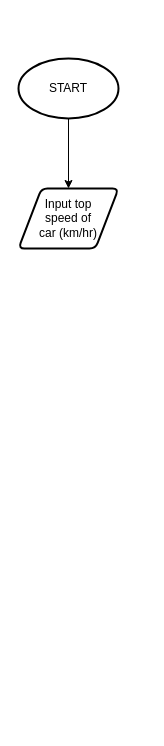
The draw.io diagram CompSci-main/1. Computational Thinking/FlowCharts/CarSpeeds.drawio in Hotdog-111/CompSci, before the edit. Source tidied: cells renumbered, new cells numbered last; positions are measured from the earlier drawing's top-left corner, leaving out a move shared by most shapes. Both pictures are drawn from the tidied source at 100%, with x=0, y=0 at pixel (18, 58).
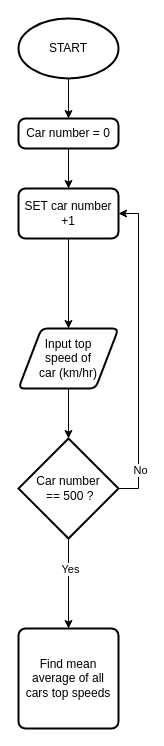
Above is the later version.

The edit, as a diff of the source:
```diff
@@
 <mxGraphModel>
   <root>
     <mxCell id="0" />
     <mxCell id="1" parent="0" />
-    <mxCell id="2" style="edgeStyle=orthogonalEdgeStyle;rounded=0;jettySize=auto;html=1;entryX=0.5;entryY=0;entryDx=0;entryDy=0;" parent="1" edge="1" source="3" target="4">
-      <mxGeometry relative="1" as="geometry" />
+    <mxCell id="2" style="edgeStyle=orthogonalEdgeStyle;rounded=0;jettySize=auto;html=1;" parent="1" edge="1" source="3">
+      <mxGeometry relative="1" as="geometry">
+        <mxPoint x="50" y="60" as="targetPoint" />
+        <Array as="points">
+          <mxPoint x="50" y="50" />
+          <mxPoint x="50" y="50" />
+        </Array>
+      </mxGeometry>
     </mxCell>
     <mxCell id="3" value="START" style="strokeWidth=2;html=1;shape=mxgraph.flowchart.start_1;whiteSpace=wrap;" parent="1" vertex="1">
-      <mxGeometry width="100" height="60" as="geometry" />
+      <mxGeometry y="-40" width="100" height="60" as="geometry" />
     </mxCell>
+    <mxCell id="5" style="edgeStyle=orthogonalEdgeStyle;rounded=0;jettySize=auto;html=1;entryX=0.5;entryY=0;entryDx=0;entryDy=0;entryPerimeter=0;" parent="1" edge="1" source="4" target="10">
+      <mxGeometry relative="1" as="geometry" />
+    </mxCell>
     <mxCell id="4" value="Input top&lt;br&gt;speed of&lt;br&gt;car (km/hr)" style="shape=parallelogram;html=1;strokeWidth=2;perimeter=parallelogramPerimeter;whiteSpace=wrap;rounded=1;arcSize=12;size=0.23;" parent="1" vertex="1">
-      <mxGeometry y="130" width="100" height="60" as="geometry" />
+      <mxGeometry y="270" width="100" height="60" as="geometry" />
     </mxCell>
+    <mxCell id="6" style="edgeStyle=orthogonalEdgeStyle;rounded=0;jettySize=auto;html=1;entryX=1;entryY=0.5;entryDx=0;entryDy=0;" parent="1" edge="1" source="10" target="13">
+      <mxGeometry relative="1" as="geometry">
+        <Array as="points">
+          <mxPoint x="120" y="430" />
+          <mxPoint x="120" y="155" />
+        </Array>
+      </mxGeometry>
+    </mxCell>
+    <mxCell id="7" value="No" style="edgeLabel;html=1;align=center;verticalAlign=middle;" parent="6" vertex="1">
+      <mxGeometry x="-0.75" y="-1" relative="1" as="geometry" />
+    </mxCell>
+    <mxCell id="8" style="edgeStyle=orthogonalEdgeStyle;rounded=0;jettySize=auto;html=1;entryX=0.5;entryY=0;entryDx=0;entryDy=0;" parent="1" edge="1" source="10" target="11">
+      <mxGeometry relative="1" as="geometry" />
+    </mxCell>
+    <mxCell id="9" value="Yes" style="edgeLabel;html=1;align=center;verticalAlign=middle;" parent="8" vertex="1">
+      <mxGeometry x="-0.34" y="1" relative="1" as="geometry" />
+    </mxCell>
+    <mxCell id="10" value="Car number&lt;br&gt;&amp;nbsp;== 500 ?" style="strokeWidth=2;html=1;shape=mxgraph.flowchart.decision;whiteSpace=wrap;" parent="1" vertex="1">
+      <mxGeometry y="380" width="100" height="100" as="geometry" />
+    </mxCell>
+    <mxCell id="11" value="Find mean average of all cars top speeds" style="rounded=1;whiteSpace=wrap;html=1;absoluteArcSize=1;arcSize=14;strokeWidth=2;" parent="1" vertex="1">
+      <mxGeometry y="570" width="100" height="100" as="geometry" />
+    </mxCell>
+    <mxCell id="12" style="edgeStyle=orthogonalEdgeStyle;rounded=0;jettySize=auto;html=1;entryX=0.5;entryY=0;entryDx=0;entryDy=0;" parent="1" edge="1" source="13" target="4">
+      <mxGeometry relative="1" as="geometry" />
+    </mxCell>
+    <mxCell id="13" value="SET car number +1" style="rounded=1;whiteSpace=wrap;html=1;absoluteArcSize=1;arcSize=14;strokeWidth=2;" parent="1" vertex="1">
+      <mxGeometry y="130" width="100" height="50" as="geometry" />
+    </mxCell>
+    <mxCell id="14" style="edgeStyle=orthogonalEdgeStyle;rounded=0;jettySize=auto;html=1;entryX=0.5;entryY=0;entryDx=0;entryDy=0;" parent="1" edge="1" source="15" target="13">
+      <mxGeometry relative="1" as="geometry" />
+    </mxCell>
+    <mxCell id="15" value="Car number = 0" style="rounded=1;whiteSpace=wrap;html=1;absoluteArcSize=1;arcSize=14;strokeWidth=2;" parent="1" vertex="1">
+      <mxGeometry y="60" width="100" height="30" as="geometry" />
+    </mxCell>
   </root>
 </mxGraphModel>
```
